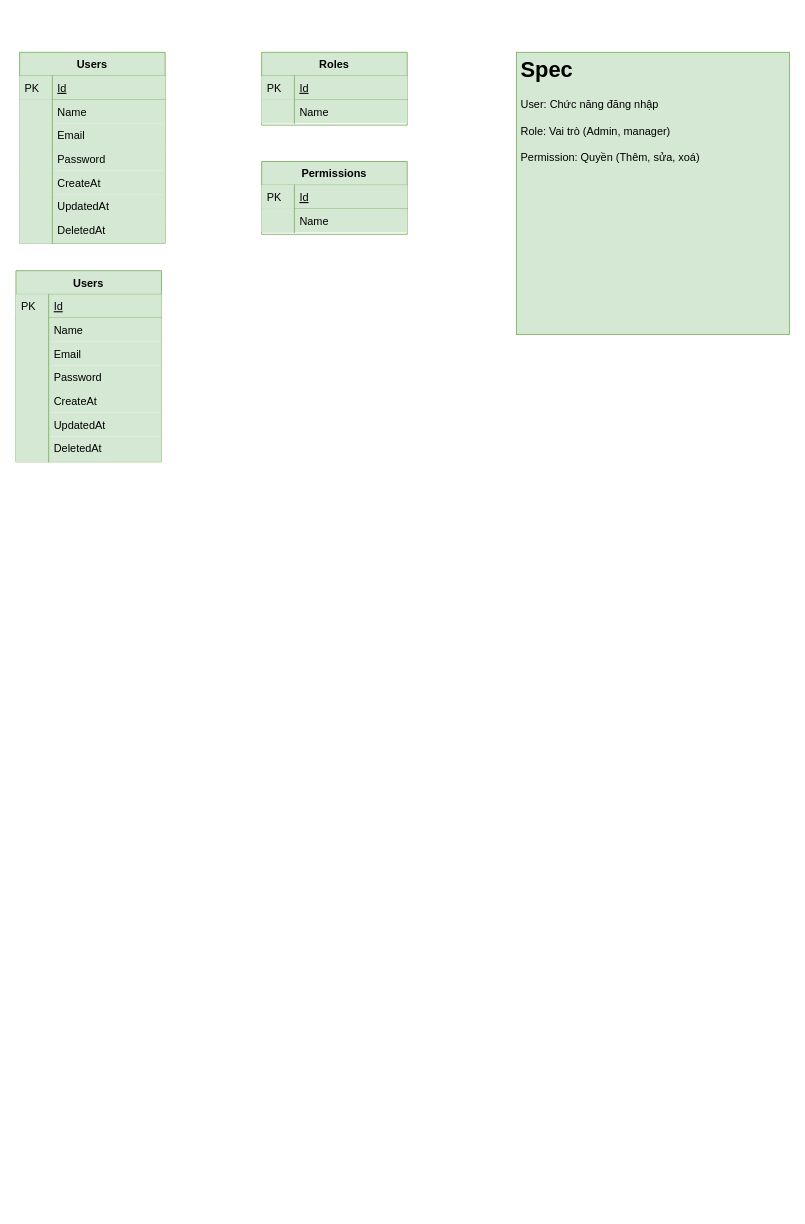
The draw.io diagram Search Tool.drawio in long-trd/dst.order.manager, before the edit. Source tidied: cells renumbered, new cells numbered last; positions are measured from the earlier drawing's top-left corner, leaving out a move shared by most shapes. Both pictures are drawn from the tidied source at 91%, with x=0, y=0 at pixel (15, 52).
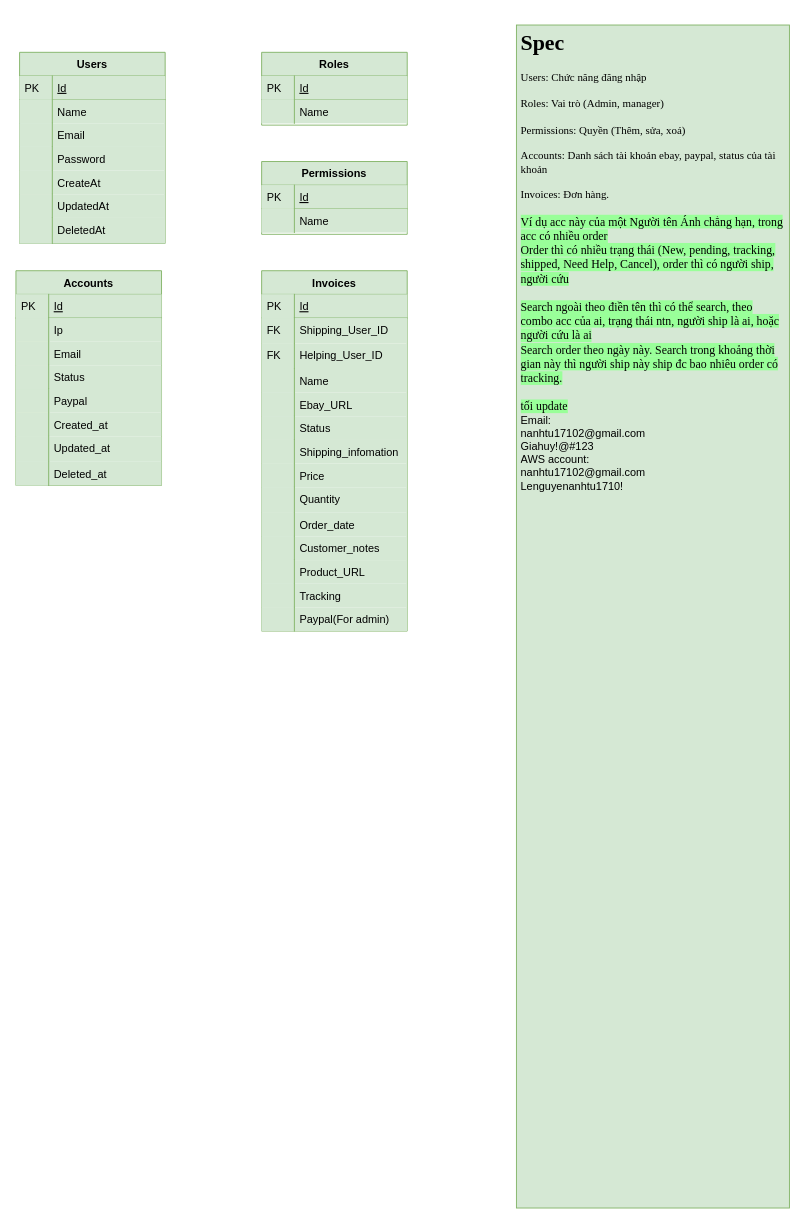
After the change.

Change to the diagram source:
```diff
@@
-    <mxCell id="22" value="&lt;h1&gt;Spec&lt;/h1&gt;&lt;div&gt;User: Chức năng đăng nhập&lt;br&gt;&lt;br&gt;Role: Vai trò (Admin, manager)&lt;br&gt;&lt;br&gt;&lt;/div&gt;&lt;div&gt;Permission: Quyền (Thêm, sửa, xoá)&lt;/div&gt;" style="text;html=1;strokeColor=#82b366;fillColor=#d5e8d4;spacing=5;spacingTop=-20;whiteSpace=wrap;overflow=hidden;rounded=0;" parent="1" vertex="1">
-      <mxGeometry x="550" width="300" height="310" as="geometry" />
+    <mxCell id="22" value="&lt;h1&gt;&lt;font face=&quot;Times New Roman&quot;&gt;Spec&lt;/font&gt;&lt;/h1&gt;&lt;div&gt;&lt;font face=&quot;Times New Roman&quot;&gt;Users: Chức năng đăng nhập&lt;br&gt;&lt;br&gt;Roles: Vai trò (Admin, manager)&lt;br&gt;&lt;br&gt;&lt;/font&gt;&lt;/div&gt;&lt;div&gt;&lt;font face=&quot;Times New Roman&quot;&gt;Permissions: Quyền (Thêm, sửa, xoá)&lt;br&gt;&lt;br&gt;Accounts: Danh sách tài khoản ebay, paypal, status của tài khoản&lt;br&gt;&lt;br&gt;Invoices: Đơn hàng.&lt;br&gt;&lt;br&gt;&lt;span style=&quot;font-size: 13px ; text-align: center ; background-color: rgb(153 , 255 , 153)&quot;&gt;Ví dụ acc này của một Người tên Ánh chẳng hạn, trong acc có nhiều order&lt;br&gt;Order thì có nhiều trạng thái (New, pending, tracking, shipped, Need Help, Cancel), order thì có người ship, người cứu&lt;br&gt;&lt;br&gt;Search ngoài theo điền tên thì có thể search, theo combo acc của ai, trạng thái ntn, người ship là ai, hoặc người cứu là ai&lt;br&gt;Search order theo ngày này. Search trong khoảng thời gian này thì người ship này ship đc bao nhiêu order có tracking.&lt;br&gt;&lt;br&gt;tối update&lt;br&gt;&lt;/span&gt;&lt;/font&gt;Email:&lt;br&gt;nanhtu17102@gmail.com&lt;br&gt;Giahuy!@#123&lt;br&gt;AWS account:&lt;br&gt;nanhtu17102@gmail.com&lt;br&gt;Lenguyenanhtu1710!&lt;br&gt;&lt;/div&gt;" style="text;html=1;strokeColor=#82b366;fillColor=#d5e8d4;spacing=5;spacingTop=-20;whiteSpace=wrap;overflow=hidden;rounded=0;" parent="1" vertex="1">
+      <mxGeometry x="550" y="-30" width="300" height="1300" as="geometry" />
     </mxCell>
@@
-    <mxCell id="28" value="Users" style="swimlane;fontStyle=1;horizontal=1;startSize=26;rounded=0;shadow=0;strokeWidth=1;fillColor=#d5e8d4;strokeColor=#82b366;" parent="1" vertex="1">
-      <mxGeometry y="240" width="160" height="210" as="geometry" />
+    <mxCell id="28" value="Accounts" style="swimlane;fontStyle=1;horizontal=1;startSize=26;rounded=0;shadow=0;strokeWidth=1;fillColor=#d5e8d4;strokeColor=#82b366;" parent="1" vertex="1">
+      <mxGeometry y="240" width="160" height="236" as="geometry" />
     </mxCell>
@@
-    <mxCell id="31" value="Name" style="shape=partialRectangle;top=0;left=0;right=0;bottom=0;align=left;verticalAlign=top;fillColor=#d5e8d4;spacingLeft=40;spacingRight=4;overflow=hidden;rounded=0;shadow=0;strokeWidth=1;strokeColor=#82b366;" parent="28" vertex="1">
+    <mxCell id="31" value="Ip" style="shape=partialRectangle;top=0;left=0;right=0;bottom=0;align=left;verticalAlign=top;fillColor=#d5e8d4;spacingLeft=40;spacingRight=4;overflow=hidden;rounded=0;shadow=0;strokeWidth=1;strokeColor=#82b366;" parent="28" vertex="1">
       <mxGeometry y="52" width="160" height="26" as="geometry" />
     </mxCell>
@@
-    <mxCell id="35" value="Password" style="shape=partialRectangle;top=0;left=0;right=0;bottom=0;align=left;verticalAlign=top;fillColor=#d5e8d4;spacingLeft=40;spacingRight=4;overflow=hidden;rounded=0;shadow=0;strokeWidth=1;strokeColor=#82b366;" parent="28" vertex="1">
+    <mxCell id="35" value="Status" style="shape=partialRectangle;top=0;left=0;right=0;bottom=0;align=left;verticalAlign=top;fillColor=#d5e8d4;spacingLeft=40;spacingRight=4;overflow=hidden;rounded=0;shadow=0;strokeWidth=1;strokeColor=#82b366;" parent="28" vertex="1">
       <mxGeometry y="104" width="160" height="26" as="geometry" />
     </mxCell>
@@
-    <mxCell id="37" value="CreateAt" style="shape=partialRectangle;top=0;left=0;right=0;bottom=0;align=left;verticalAlign=top;fillColor=#d5e8d4;spacingLeft=40;spacingRight=4;overflow=hidden;rounded=0;shadow=0;strokeWidth=1;strokeColor=#82b366;" parent="28" vertex="1">
+    <mxCell id="37" value="Paypal" style="shape=partialRectangle;top=0;left=0;right=0;bottom=0;align=left;verticalAlign=top;fillColor=#d5e8d4;spacingLeft=40;spacingRight=4;overflow=hidden;rounded=0;shadow=0;strokeWidth=1;strokeColor=#82b366;" parent="28" vertex="1">
       <mxGeometry y="130" width="160" height="26" as="geometry" />
     </mxCell>
@@
-    <mxCell id="39" value="UpdatedAt" style="shape=partialRectangle;top=0;left=0;right=0;bottom=0;align=left;verticalAlign=top;fillColor=#d5e8d4;spacingLeft=40;spacingRight=4;overflow=hidden;rounded=0;shadow=0;strokeWidth=1;strokeColor=#82b366;" parent="28" vertex="1">
+    <mxCell id="39" value="Created_at" style="shape=partialRectangle;top=0;left=0;right=0;bottom=0;align=left;verticalAlign=top;fillColor=#d5e8d4;spacingLeft=40;spacingRight=4;overflow=hidden;rounded=0;shadow=0;strokeWidth=1;strokeColor=#82b366;" parent="28" vertex="1">
       <mxGeometry y="156" width="160" height="26" as="geometry" />
     </mxCell>
@@
-    <mxCell id="41" value="DeletedAt" style="shape=partialRectangle;top=0;left=0;right=0;bottom=0;align=left;verticalAlign=top;fillColor=#d5e8d4;spacingLeft=40;spacingRight=4;overflow=hidden;rounded=0;shadow=0;strokeWidth=1;strokeColor=#82b366;" parent="28" vertex="1">
+    <mxCell id="41" value="Updated_at" style="shape=partialRectangle;top=0;left=0;right=0;bottom=0;align=left;verticalAlign=top;fillColor=#d5e8d4;spacingLeft=40;spacingRight=4;overflow=hidden;rounded=0;shadow=0;strokeWidth=1;strokeColor=#82b366;" parent="28" vertex="1">
       <mxGeometry y="182" width="160" height="28" as="geometry" />
     </mxCell>
@@
+    <mxCell id="43" value="Deleted_at" style="shape=partialRectangle;top=0;left=0;right=0;bottom=0;align=left;verticalAlign=top;fillColor=#d5e8d4;spacingLeft=40;spacingRight=4;overflow=hidden;rounded=0;shadow=0;strokeWidth=1;strokeColor=#82b366;" parent="28" vertex="1">
+      <mxGeometry y="210" width="160" height="26" as="geometry" />
+    </mxCell>
+    <mxCell id="44" style="shape=partialRectangle;top=0;left=0;bottom=0;fillColor=#d5e8d4;align=left;verticalAlign=top;spacingLeft=4;spacingRight=4;overflow=hidden;strokeColor=#82b366;" parent="43" vertex="1">
+      <mxGeometry width="36" height="26" as="geometry" />
+    </mxCell>
+    <mxCell id="45" value="Invoices" style="swimlane;fontStyle=1;horizontal=1;startSize=26;rounded=0;shadow=0;strokeWidth=1;fillColor=#d5e8d4;strokeColor=#82b366;" parent="1" vertex="1">
+      <mxGeometry x="270" y="240" width="160" height="396" as="geometry" />
+    </mxCell>
+    <mxCell id="46" value="Id" style="shape=partialRectangle;top=0;left=0;right=0;bottom=1;align=left;verticalAlign=top;fillColor=#d5e8d4;spacingLeft=40;spacingRight=4;overflow=hidden;rounded=0;shadow=0;strokeWidth=1;fontStyle=4;strokeColor=#82b366;" parent="45" vertex="1">
+      <mxGeometry y="26" width="160" height="26" as="geometry" />
+    </mxCell>
+    <mxCell id="47" value="PK" style="shape=partialRectangle;top=0;left=0;bottom=0;fillColor=#d5e8d4;align=left;verticalAlign=top;spacingLeft=4;spacingRight=4;overflow=hidden;strokeColor=#82b366;" parent="46" vertex="1">
+      <mxGeometry width="36" height="26" as="geometry" />
+    </mxCell>
+    <mxCell id="48" value="Shipping_User_ID" style="shape=partialRectangle;top=0;left=0;right=0;bottom=0;align=left;verticalAlign=top;fillColor=#d5e8d4;spacingLeft=40;spacingRight=4;overflow=hidden;rounded=0;shadow=0;strokeWidth=1;strokeColor=#82b366;" parent="45" vertex="1">
+      <mxGeometry y="52" width="160" height="28" as="geometry" />
+    </mxCell>
+    <mxCell id="49" value="FK" style="shape=partialRectangle;top=0;left=0;bottom=0;fillColor=#d5e8d4;align=left;verticalAlign=top;spacingLeft=4;spacingRight=4;overflow=hidden;strokeColor=#82b366;" parent="48" vertex="1">
+      <mxGeometry width="36" height="28" as="geometry" />
+    </mxCell>
+    <mxCell id="50" value="Helping_User_ID" style="shape=partialRectangle;top=0;left=0;right=0;bottom=0;align=left;verticalAlign=top;fillColor=#d5e8d4;spacingLeft=40;spacingRight=4;overflow=hidden;rounded=0;shadow=0;strokeWidth=1;strokeColor=#82b366;" parent="45" vertex="1">
+      <mxGeometry y="80" width="160" height="28" as="geometry" />
+    </mxCell>
+    <mxCell id="51" value="FK" style="shape=partialRectangle;top=0;left=0;bottom=0;fillColor=#d5e8d4;align=left;verticalAlign=top;spacingLeft=4;spacingRight=4;overflow=hidden;strokeColor=#82b366;" parent="50" vertex="1">
+      <mxGeometry width="36" height="28" as="geometry" />
+    </mxCell>
+    <mxCell id="52" value="Name" style="shape=partialRectangle;top=0;left=0;right=0;bottom=0;align=left;verticalAlign=top;fillColor=#d5e8d4;spacingLeft=40;spacingRight=4;overflow=hidden;rounded=0;shadow=0;strokeWidth=1;strokeColor=#82b366;" parent="45" vertex="1">
+      <mxGeometry y="108" width="160" height="26" as="geometry" />
+    </mxCell>
+    <mxCell id="53" style="shape=partialRectangle;top=0;left=0;bottom=0;fillColor=#d5e8d4;align=left;verticalAlign=top;spacingLeft=4;spacingRight=4;overflow=hidden;strokeColor=#82b366;" parent="52" vertex="1">
+      <mxGeometry width="36" height="26" as="geometry" />
+    </mxCell>
+    <mxCell id="54" value="Ebay_URL" style="shape=partialRectangle;top=0;left=0;right=0;bottom=0;align=left;verticalAlign=top;fillColor=#d5e8d4;spacingLeft=40;spacingRight=4;overflow=hidden;rounded=0;shadow=0;strokeWidth=1;strokeColor=#82b366;" parent="45" vertex="1">
+      <mxGeometry y="134" width="160" height="26" as="geometry" />
+    </mxCell>
+    <mxCell id="55" style="shape=partialRectangle;top=0;left=0;bottom=0;fillColor=#d5e8d4;align=left;verticalAlign=top;spacingLeft=4;spacingRight=4;overflow=hidden;strokeColor=#82b366;" parent="54" vertex="1">
+      <mxGeometry width="36" height="26" as="geometry" />
+    </mxCell>
+    <mxCell id="56" value="Status" style="shape=partialRectangle;top=0;left=0;right=0;bottom=0;align=left;verticalAlign=top;fillColor=#d5e8d4;spacingLeft=40;spacingRight=4;overflow=hidden;rounded=0;shadow=0;strokeWidth=1;strokeColor=#82b366;" parent="45" vertex="1">
+      <mxGeometry y="160" width="160" height="26" as="geometry" />
+    </mxCell>
+    <mxCell id="57" style="shape=partialRectangle;top=0;left=0;bottom=0;fillColor=#d5e8d4;align=left;verticalAlign=top;spacingLeft=4;spacingRight=4;overflow=hidden;strokeColor=#82b366;" parent="56" vertex="1">
+      <mxGeometry width="36" height="26" as="geometry" />
+    </mxCell>
+    <mxCell id="58" value="Shipping_infomation" style="shape=partialRectangle;top=0;left=0;right=0;bottom=0;align=left;verticalAlign=top;fillColor=#d5e8d4;spacingLeft=40;spacingRight=4;overflow=hidden;rounded=0;shadow=0;strokeWidth=1;strokeColor=#82b366;" parent="45" vertex="1">
+      <mxGeometry y="186" width="160" height="26" as="geometry" />
+    </mxCell>
+    <mxCell id="59" style="shape=partialRectangle;top=0;left=0;bottom=0;fillColor=#d5e8d4;align=left;verticalAlign=top;spacingLeft=4;spacingRight=4;overflow=hidden;strokeColor=#82b366;" parent="58" vertex="1">
+      <mxGeometry width="36" height="26" as="geometry" />
+    </mxCell>
+    <mxCell id="60" value="Price" style="shape=partialRectangle;top=0;left=0;right=0;bottom=0;align=left;verticalAlign=top;fillColor=#d5e8d4;spacingLeft=40;spacingRight=4;overflow=hidden;rounded=0;shadow=0;strokeWidth=1;strokeColor=#82b366;" parent="45" vertex="1">
+      <mxGeometry y="212" width="160" height="26" as="geometry" />
+    </mxCell>
+    <mxCell id="61" style="shape=partialRectangle;top=0;left=0;bottom=0;fillColor=#d5e8d4;align=left;verticalAlign=top;spacingLeft=4;spacingRight=4;overflow=hidden;strokeColor=#82b366;" parent="60" vertex="1">
+      <mxGeometry width="36" height="26" as="geometry" />
+    </mxCell>
+    <mxCell id="62" value="Quantity" style="shape=partialRectangle;top=0;left=0;right=0;bottom=0;align=left;verticalAlign=top;fillColor=#d5e8d4;spacingLeft=40;spacingRight=4;overflow=hidden;rounded=0;shadow=0;strokeWidth=1;strokeColor=#82b366;" parent="45" vertex="1">
+      <mxGeometry y="238" width="160" height="28" as="geometry" />
+    </mxCell>
+    <mxCell id="63" style="shape=partialRectangle;top=0;left=0;bottom=0;fillColor=#d5e8d4;align=left;verticalAlign=top;spacingLeft=4;spacingRight=4;overflow=hidden;strokeColor=#82b366;" parent="62" vertex="1">
+      <mxGeometry width="36" height="28" as="geometry" />
+    </mxCell>
+    <mxCell id="64" value="Order_date" style="shape=partialRectangle;top=0;left=0;right=0;bottom=0;align=left;verticalAlign=top;fillColor=#d5e8d4;spacingLeft=40;spacingRight=4;overflow=hidden;rounded=0;shadow=0;strokeWidth=1;strokeColor=#82b366;" parent="45" vertex="1">
+      <mxGeometry y="266" width="160" height="26" as="geometry" />
+    </mxCell>
+    <mxCell id="65" style="shape=partialRectangle;top=0;left=0;bottom=0;fillColor=#d5e8d4;align=left;verticalAlign=top;spacingLeft=4;spacingRight=4;overflow=hidden;strokeColor=#82b366;" parent="64" vertex="1">
+      <mxGeometry width="36" height="26" as="geometry" />
+    </mxCell>
+    <mxCell id="66" value="Customer_notes" style="shape=partialRectangle;top=0;left=0;right=0;bottom=0;align=left;verticalAlign=top;fillColor=#d5e8d4;spacingLeft=40;spacingRight=4;overflow=hidden;rounded=0;shadow=0;strokeWidth=1;strokeColor=#82b366;" parent="45" vertex="1">
+      <mxGeometry y="292" width="160" height="26" as="geometry" />
+    </mxCell>
+    <mxCell id="67" style="shape=partialRectangle;top=0;left=0;bottom=0;fillColor=#d5e8d4;align=left;verticalAlign=top;spacingLeft=4;spacingRight=4;overflow=hidden;strokeColor=#82b366;" parent="66" vertex="1">
+      <mxGeometry width="36" height="26" as="geometry" />
+    </mxCell>
+    <mxCell id="68" value="Product_URL" style="shape=partialRectangle;top=0;left=0;right=0;bottom=0;align=left;verticalAlign=top;fillColor=#d5e8d4;spacingLeft=40;spacingRight=4;overflow=hidden;rounded=0;shadow=0;strokeWidth=1;strokeColor=#82b366;" parent="45" vertex="1">
+      <mxGeometry y="318" width="160" height="26" as="geometry" />
+    </mxCell>
+    <mxCell id="69" style="shape=partialRectangle;top=0;left=0;bottom=0;fillColor=#d5e8d4;align=left;verticalAlign=top;spacingLeft=4;spacingRight=4;overflow=hidden;strokeColor=#82b366;" parent="68" vertex="1">
+      <mxGeometry width="36" height="26" as="geometry" />
+    </mxCell>
+    <mxCell id="70" value="Tracking" style="shape=partialRectangle;top=0;left=0;right=0;bottom=0;align=left;verticalAlign=top;fillColor=#d5e8d4;spacingLeft=40;spacingRight=4;overflow=hidden;rounded=0;shadow=0;strokeWidth=1;strokeColor=#82b366;" parent="45" vertex="1">
+      <mxGeometry y="344" width="160" height="26" as="geometry" />
+    </mxCell>
+    <mxCell id="71" style="shape=partialRectangle;top=0;left=0;bottom=0;fillColor=#d5e8d4;align=left;verticalAlign=top;spacingLeft=4;spacingRight=4;overflow=hidden;strokeColor=#82b366;" parent="70" vertex="1">
+      <mxGeometry width="36" height="26" as="geometry" />
+    </mxCell>
+    <mxCell id="72" value="Paypal(For admin)" style="shape=partialRectangle;top=0;left=0;right=0;bottom=0;align=left;verticalAlign=top;fillColor=#d5e8d4;spacingLeft=40;spacingRight=4;overflow=hidden;rounded=0;shadow=0;strokeWidth=1;strokeColor=#82b366;" parent="45" vertex="1">
+      <mxGeometry y="370" width="160" height="26" as="geometry" />
+    </mxCell>
+    <mxCell id="73" style="shape=partialRectangle;top=0;left=0;bottom=0;fillColor=#d5e8d4;align=left;verticalAlign=top;spacingLeft=4;spacingRight=4;overflow=hidden;strokeColor=#82b366;" parent="72" vertex="1">
+      <mxGeometry width="36" height="26" as="geometry" />
+    </mxCell>
```
